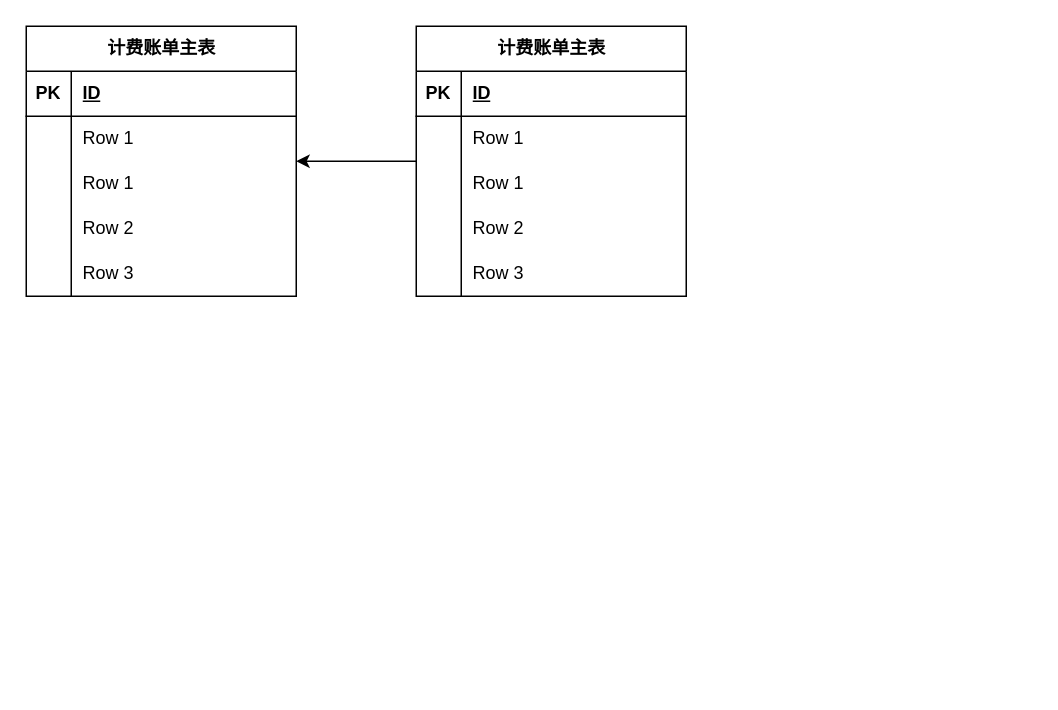
The draw.io diagram page "第 1 页" (1 of 2) of 计费账单ER图.drawio in xiaohuihui7726/drawio, before the edit. Source tidied: cells renumbered, new cells numbered last; positions are measured from the earlier drawing's top-left corner, leaving out a move shared by most shapes. Both pictures are drawn from the tidied source at 150%, with x=0, y=0 at pixel (26, 26).
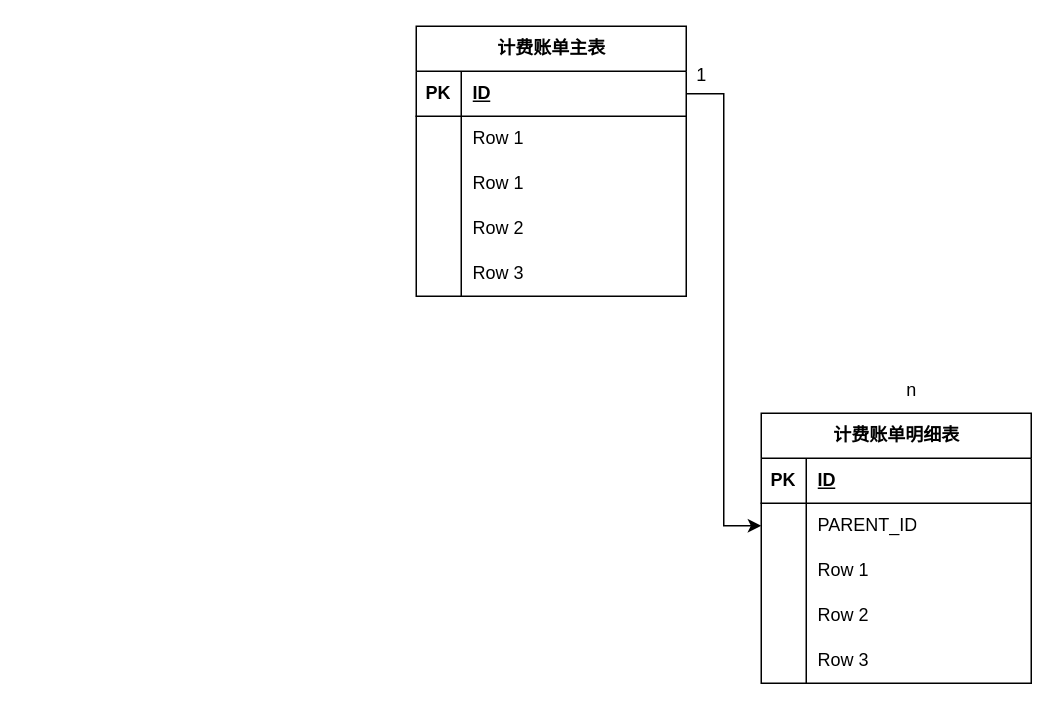
Above is the later version.

Commit message:
更新计费账单ER图.drawio

Unchanged cells that the change refers to:
```xml
<mxCell id="3" value="计费账单主表" style="shape=table;startSize=30;childLayout=tableLayout;rowLines=0;fontStyle=1;align=center;html=1;" parent="1" vertex="1">
  <mxGeometry x="260" width="180" height="180" as="geometry" />
</mxCell>
<mxCell id="4" style="shape=tableRow;horizontal=0;startSize=0;swimlaneHead=0;swimlaneBody=0;fillColor=none;points=[[0,0.5],[1,0.5]];portConstraint=eastwest;top=0;left=0;right=0;bottom=1;" parent="3" vertex="1">
  <mxGeometry y="30" width="180" height="30" as="geometry" />
</mxCell>
```

Change to the diagram source:
```diff
@@
-    <mxCell id="2" style="edgeStyle=orthogonalEdgeStyle;rounded=0;jettySize=auto;html=1;" parent="1" edge="1" source="3" target="19">
-      <mxGeometry relative="1" as="geometry" />
-    </mxCell>
@@
-    <mxCell id="19" value="计费账单主表" style="shape=table;startSize=30;childLayout=tableLayout;rowLines=0;fontStyle=1;align=center;html=1;" parent="1" vertex="1">
-      <mxGeometry width="180" height="180" as="geometry" />
-    </mxCell>
+    <mxCell id="35" value="计费账单明细表" style="shape=table;startSize=30;childLayout=tableLayout;rowLines=0;fontStyle=1;align=center;html=1;" parent="1" vertex="1">
+      <mxGeometry x="490" y="258" width="180" height="180" as="geometry" />
+    </mxCell>
-    <mxCell id="20" style="shape=tableRow;horizontal=0;startSize=0;swimlaneHead=0;swimlaneBody=0;fillColor=none;top=0;left=0;right=0;bottom=1;" parent="19" vertex="1">
+    <mxCell id="20" style="shape=tableRow;horizontal=0;startSize=0;swimlaneHead=0;swimlaneBody=0;fillColor=none;top=0;left=0;right=0;bottom=1;" parent="35" vertex="1">
       <mxGeometry y="30" width="180" height="30" as="geometry" />
     </mxCell>
@@
-    <mxCell id="23" style="shape=tableRow;horizontal=0;startSize=0;swimlaneHead=0;swimlaneBody=0;fillColor=none;points=[[0,0.5],[1,0.5]];portConstraint=eastwest;top=0;left=0;right=0;bottom=0;" parent="19" vertex="1">
+    <mxCell id="23" style="shape=tableRow;horizontal=0;startSize=0;swimlaneHead=0;swimlaneBody=0;fillColor=none;points=[[0,0.5],[1,0.5]];portConstraint=eastwest;top=0;left=0;right=0;bottom=0;" parent="35" vertex="1">
       <mxGeometry y="60" width="180" height="30" as="geometry" />
     </mxCell>
-    <mxCell id="24" style="shape=partialRectangle;fillColor=none;top=0;left=0;bottom=0;right=0;overflow=hidden;whiteSpace=wrap;html=1;" parent="23" vertex="1">
-      <mxGeometry width="30" height="30" as="geometry" />
-    </mxCell>
-    <mxCell id="25" value="Row 1" style="shape=partialRectangle;fillColor=none;top=0;left=0;bottom=0;right=0;align=left;spacingLeft=6;overflow=hidden;whiteSpace=wrap;html=1;" parent="23" vertex="1">
-      <mxGeometry x="30" width="150" height="30" as="geometry" />
-    </mxCell>
+    <mxCell id="36" style="shape=partialRectangle;fillColor=none;top=0;left=0;bottom=0;right=0;overflow=hidden;whiteSpace=wrap;html=1;" parent="23" vertex="1">
+      <mxGeometry width="30" height="30" as="geometry" />
+    </mxCell>
+    <mxCell id="37" value="PARENT_ID" style="shape=partialRectangle;fillColor=none;top=0;left=0;bottom=0;right=0;align=left;spacingLeft=6;overflow=hidden;whiteSpace=wrap;html=1;" parent="23" vertex="1">
+      <mxGeometry x="30" width="150" height="30" as="geometry" />
+    </mxCell>
-    <mxCell id="26" style="shape=tableRow;horizontal=0;startSize=0;swimlaneHead=0;swimlaneBody=0;fillColor=none;top=0;left=0;right=0;bottom=0;" parent="19" vertex="1">
+    <mxCell id="26" style="shape=tableRow;horizontal=0;startSize=0;swimlaneHead=0;swimlaneBody=0;fillColor=none;top=0;left=0;right=0;bottom=0;" parent="35" vertex="1">
       <mxGeometry y="90" width="180" height="30" as="geometry" />
     </mxCell>
-    <mxCell id="27" style="shape=partialRectangle;fillColor=none;top=0;left=0;bottom=0;right=0;overflow=hidden;whiteSpace=wrap;html=1;" parent="26" vertex="1">
-      <mxGeometry width="30" height="30" as="geometry" />
-    </mxCell>
-    <mxCell id="28" value="Row 1" style="shape=partialRectangle;fillColor=none;top=0;left=0;bottom=0;right=0;align=left;spacingLeft=6;overflow=hidden;whiteSpace=wrap;html=1;" parent="26" vertex="1">
-      <mxGeometry x="30" width="150" height="30" as="geometry" />
-    </mxCell>
+    <mxCell id="38" style="shape=partialRectangle;fillColor=none;top=0;left=0;bottom=0;right=0;overflow=hidden;whiteSpace=wrap;html=1;" parent="26" vertex="1">
+      <mxGeometry width="30" height="30" as="geometry" />
+    </mxCell>
+    <mxCell id="39" value="Row 1" style="shape=partialRectangle;fillColor=none;top=0;left=0;bottom=0;right=0;align=left;spacingLeft=6;overflow=hidden;whiteSpace=wrap;html=1;" parent="26" vertex="1">
+      <mxGeometry x="30" width="150" height="30" as="geometry" />
+    </mxCell>
-    <mxCell id="29" style="shape=tableRow;horizontal=0;startSize=0;swimlaneHead=0;swimlaneBody=0;fillColor=none;top=0;left=0;right=0;bottom=0;" parent="19" vertex="1">
+    <mxCell id="29" style="shape=tableRow;horizontal=0;startSize=0;swimlaneHead=0;swimlaneBody=0;fillColor=none;top=0;left=0;right=0;bottom=0;" parent="35" vertex="1">
       <mxGeometry y="120" width="180" height="30" as="geometry" />
     </mxCell>
-    <mxCell id="30" style="shape=partialRectangle;fillColor=none;top=0;left=0;bottom=0;right=0;overflow=hidden;whiteSpace=wrap;html=1;" parent="29" vertex="1">
-      <mxGeometry width="30" height="30" as="geometry" />
-    </mxCell>
+    <mxCell id="40" style="shape=partialRectangle;fillColor=none;top=0;left=0;bottom=0;right=0;overflow=hidden;whiteSpace=wrap;html=1;" parent="29" vertex="1">
+      <mxGeometry width="30" height="30" as="geometry" />
+    </mxCell>
@@
-    <mxCell id="32" style="shape=tableRow;horizontal=0;startSize=0;swimlaneHead=0;swimlaneBody=0;fillColor=none;top=0;left=0;right=0;bottom=0;" parent="19" vertex="1">
+    <mxCell id="32" style="shape=tableRow;horizontal=0;startSize=0;swimlaneHead=0;swimlaneBody=0;fillColor=none;top=0;left=0;right=0;bottom=0;" parent="35" vertex="1">
       <mxGeometry y="150" width="180" height="30" as="geometry" />
     </mxCell>
-    <mxCell id="33" style="shape=partialRectangle;fillColor=none;top=0;left=0;bottom=0;right=0;overflow=hidden;whiteSpace=wrap;html=1;" parent="32" vertex="1">
-      <mxGeometry width="30" height="30" as="geometry" />
-    </mxCell>
+    <mxCell id="41" style="shape=partialRectangle;fillColor=none;top=0;left=0;bottom=0;right=0;overflow=hidden;whiteSpace=wrap;html=1;" parent="32" vertex="1">
+      <mxGeometry width="30" height="30" as="geometry" />
+    </mxCell>
@@
+    <mxCell id="42" style="edgeStyle=orthogonalEdgeStyle;rounded=0;jettySize=auto;html=1;" parent="1" edge="1" source="4" target="23">
+      <mxGeometry relative="1" as="geometry" />
+    </mxCell>
+    <mxCell id="43" value="1" style="text;html=1;align=center;verticalAlign=middle;strokeColor=none;fillColor=none;" parent="1" vertex="1">
+      <mxGeometry x="435" y="18" width="30" height="30" as="geometry" />
+    </mxCell>
+    <mxCell id="44" value="n" style="text;html=1;align=center;verticalAlign=middle;strokeColor=none;fillColor=none;" parent="1" vertex="1">
+      <mxGeometry x="575" y="228" width="30" height="30" as="geometry" />
+    </mxCell>
```
